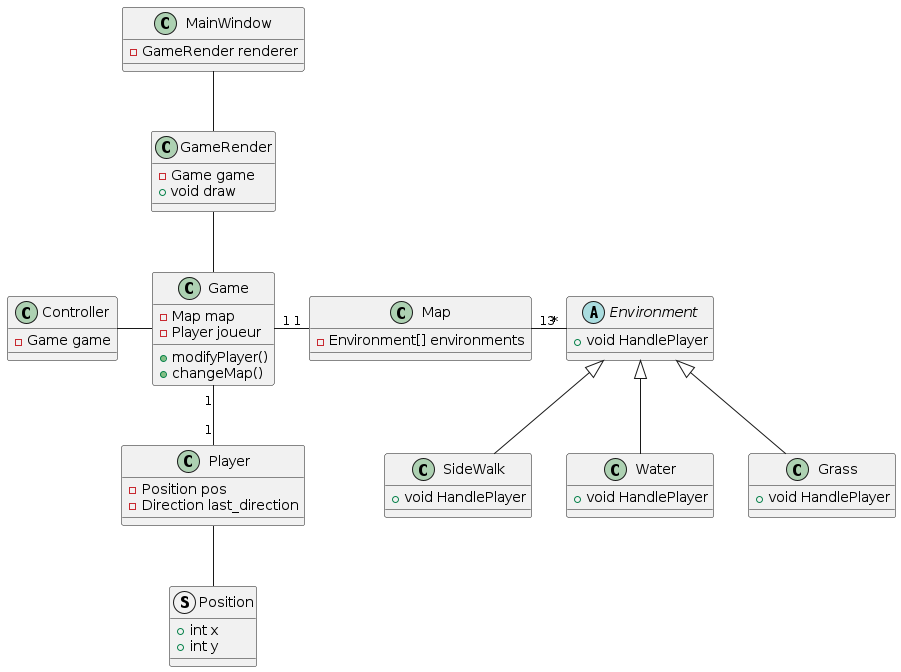
Above: doc/uml/class_diagram.png in rcroughs/frogger (PlantUML), before the change.
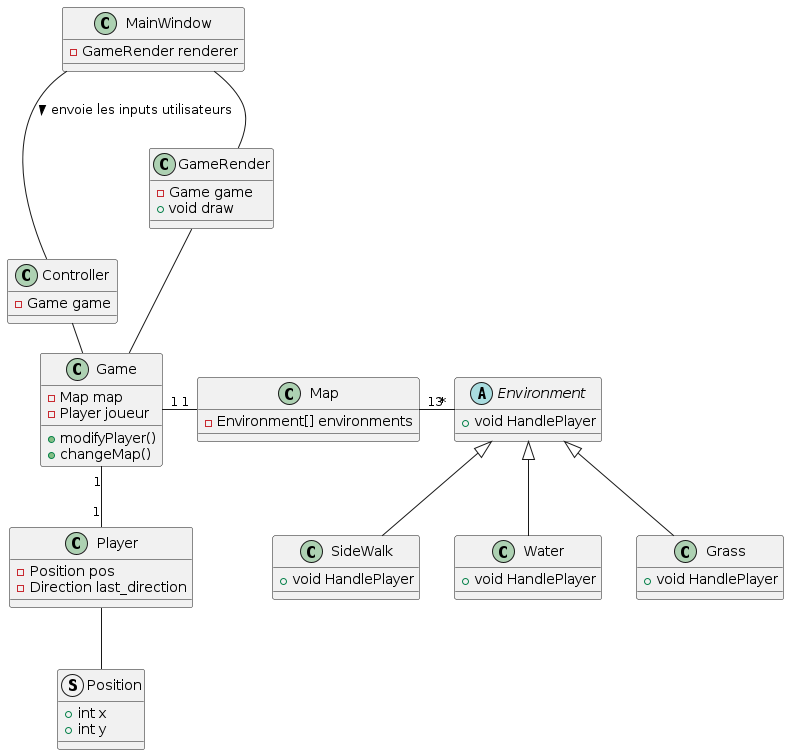
Later version of the same file.

What changed in the source:
```diff
@@ -55,4 +55,5 @@
 Position -u- Player
 MainWindow -- GameRender
 GameRender -- Game
+MainWindow -- Controller: envoie les inputs utilisateurs >
 @enduml
```
